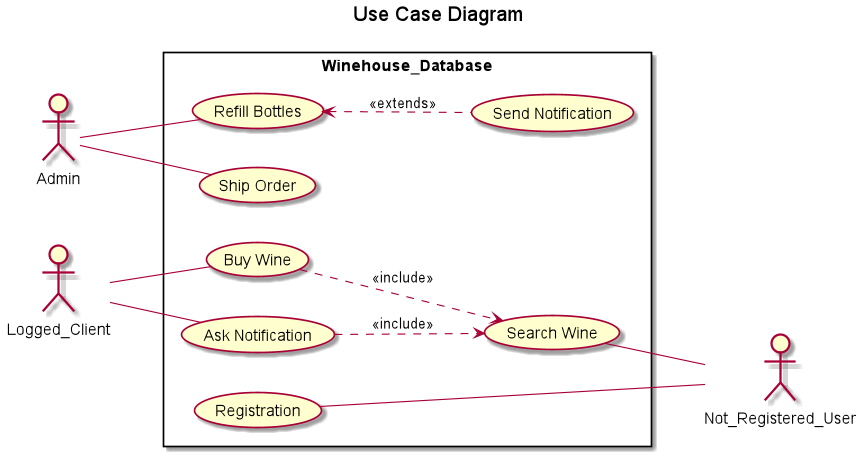
danielepelleg/software_engineering keeps this PlantUML diagram as Assegnamento2/src/main/resources/UseCaseDiagram.png. Above is the earlier version. Its diagram source:
```plantuml
@startuml
title Use Case Diagram

left to right direction

actor Admin
actor Logged_Client
actor Not_Registered_User



rectangle  Winehouse_Database {
    Not_Registered_User -- (Registration)
    Not_Registered_User -up- (Search Wine)
    Logged_Client -- (Buy Wine)
    Logged_Client -- (Ask Notification)
    (Buy Wine) ..> (Search Wine) : <<include>>
    (Ask Notification) ..> (Search Wine) : <<include>>
    Admin -- (Refill Bottles)
    (Refill Bottles) <.. (Send Notification) : <<extends>>
    Admin -- (Ship Order)
}
@enduml
```
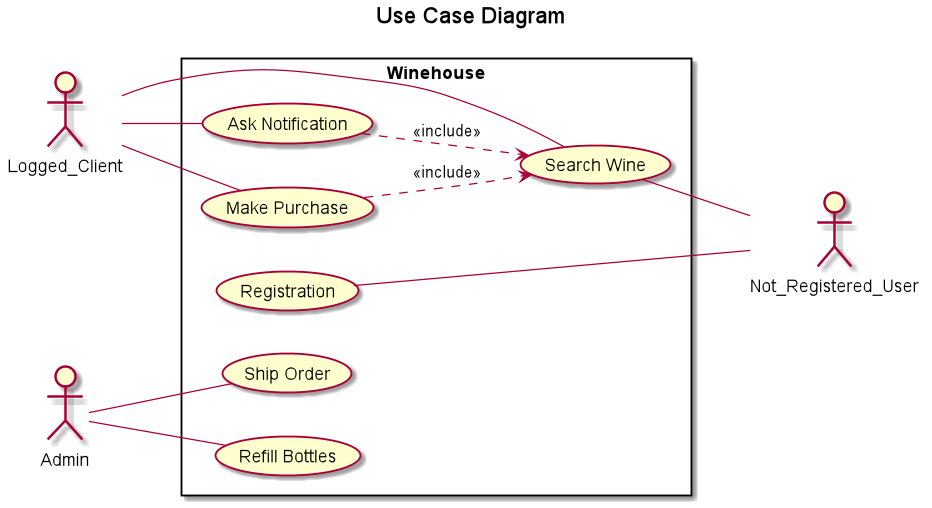
Above is the later version.

Diff of the diagram source:
```diff
@@ -3,21 +3,24 @@
 
 left to right direction
 
-actor Admin
 actor Logged_Client
 actor Not_Registered_User
+actor Admin
 
 
+rectangle  Winehouse {
 
-rectangle  Winehouse_Database {
-    Not_Registered_User -- (Registration)
+    Not_Registered_User -right- (Registration)
     Not_Registered_User -up- (Search Wine)
-    Logged_Client -- (Buy Wine)
+
+    Logged_Client -- (Search Wine)
     Logged_Client -- (Ask Notification)
-    (Buy Wine) ..> (Search Wine) : <<include>>
-    (Ask Notification) ..> (Search Wine) : <<include>>
+    Logged_Client -- (Make Purchase)
+
     Admin -- (Refill Bottles)
-    (Refill Bottles) <.. (Send Notification) : <<extends>>
     Admin -- (Ship Order)
+
+    (Search Wine) <.up. (Ask Notification) : <<include>>
+    (Search Wine) <.up. (Make Purchase) : <<include>>
 }
 @enduml
```
